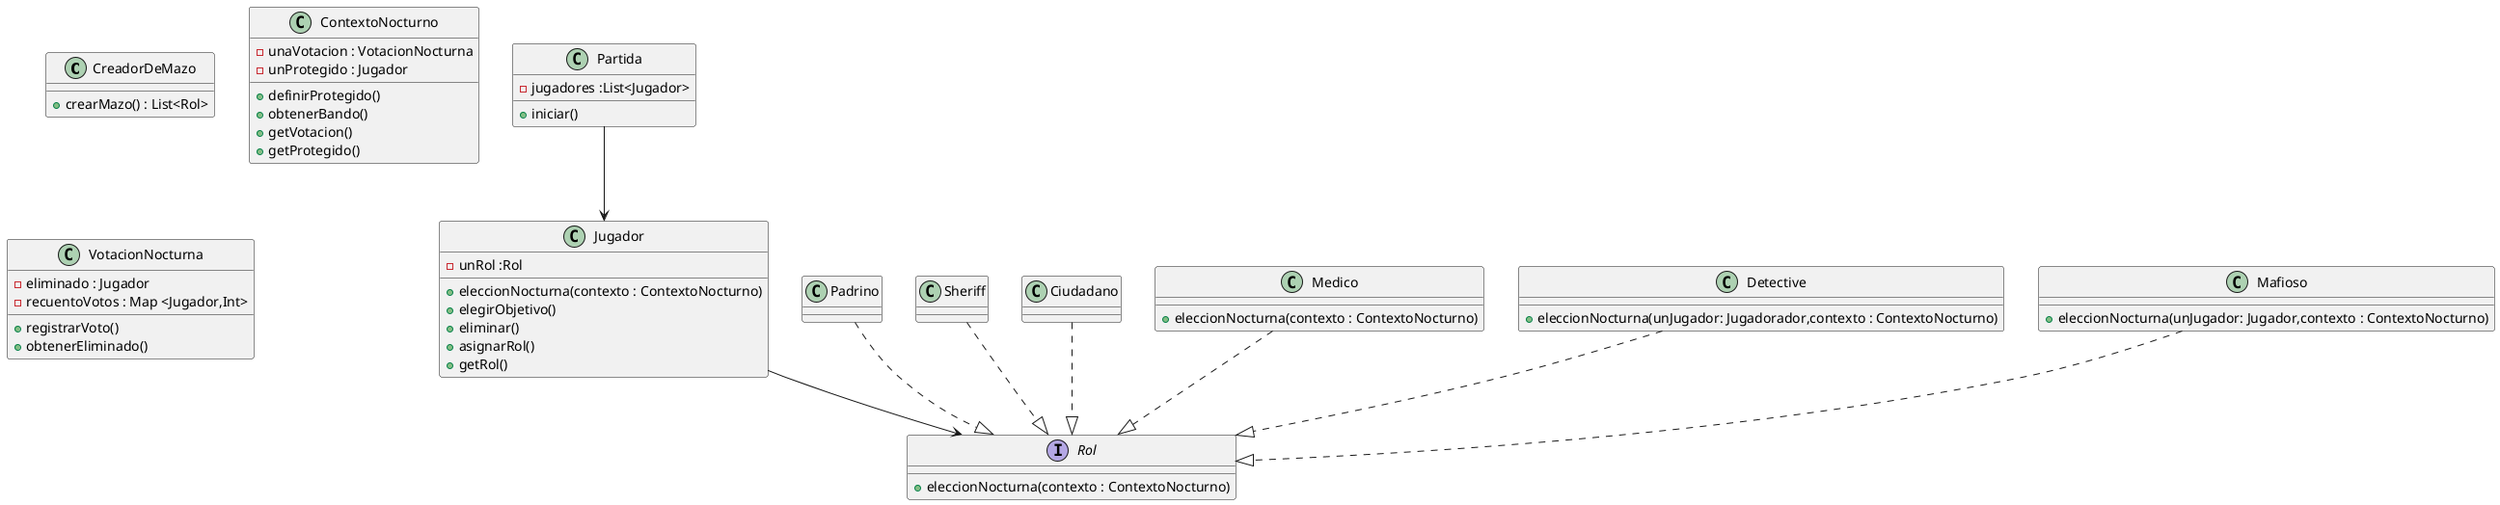
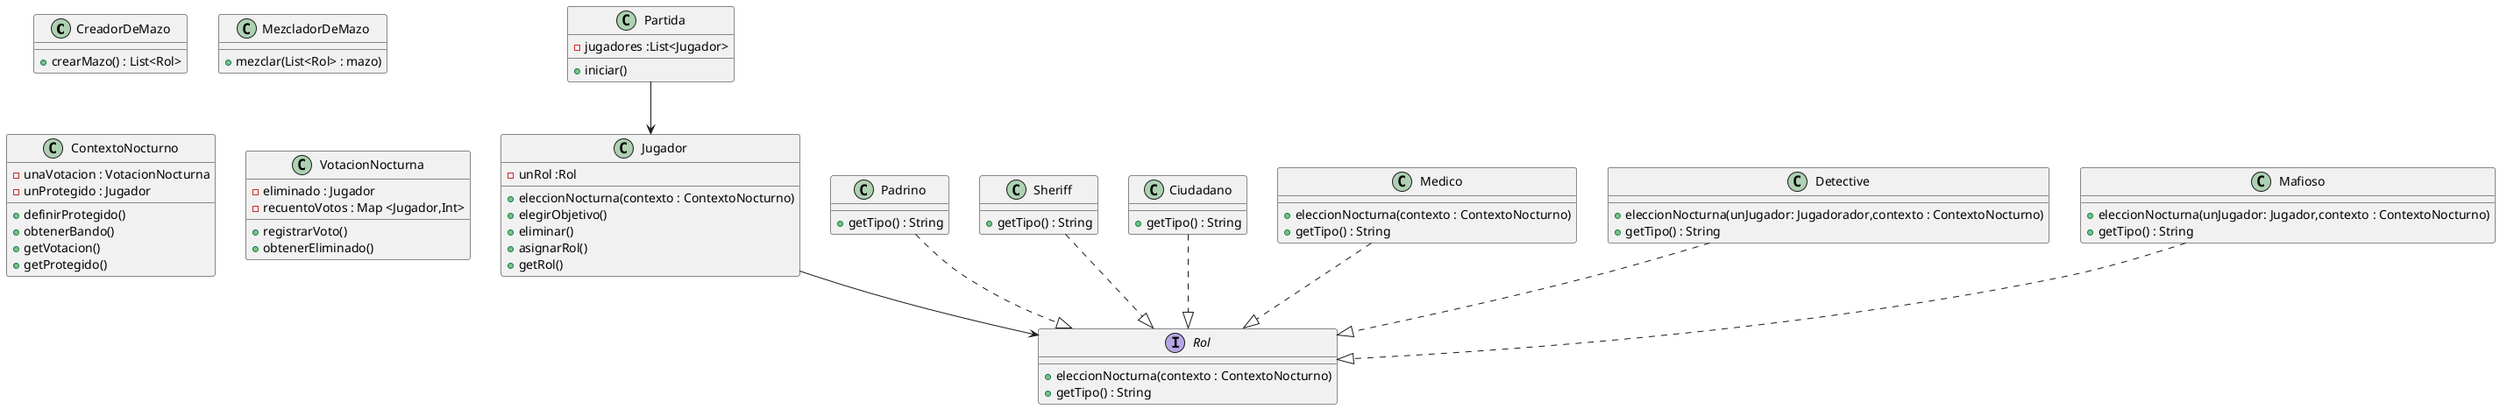
@startuml

class CreadorDeMazo{

    +crearMazo() : List<Rol>
+ }
+ 
+ class MezcladorDeMazo{
+     +mezclar(List<Rol> : mazo)
}

class Partida{
    -jugadores :List<Jugador>
    +iniciar()


}


class ContextoNocturno{
    -unaVotacion : VotacionNocturna
    -unProtegido : Jugador

    +definirProtegido()
    +obtenerBando()
    +getVotacion()
    +getProtegido()
}

class VotacionNocturna{
    -eliminado : Jugador
    -recuentoVotos : Map <Jugador,Int>

    +registrarVoto()
    +obtenerEliminado()


}


class Jugador{
    'elige cualquier rol
    -unRol :Rol

    'la accion depende del rol elegido
    +eleccionNocturna(contexto : ContextoNocturno)
    +elegirObjetivo()
    +eliminar()
    +asignarRol()
    +getRol()
}

interface Rol {
    +eleccionNocturna(contexto : ContextoNocturno)
+     +getTipo() : String
}

- class Padrino{}
- class Sheriff{}
- class Ciudadano{}
+ class Padrino{
+     +getTipo() : String
+ }
+ class Sheriff{
+     +getTipo() : String
+ }
+ class Ciudadano{
+ 
+     +getTipo() : String
+ }

class Medico{
    'elige a quien salvar
    +eleccionNocturna(contexto : ContextoNocturno)
+     +getTipo() : String
}
class Detective{
    'elige a quien investigar
    +eleccionNocturna(unJugador: Jugadorador,contexto : ContextoNocturno)
+     +getTipo() : String
}
class Mafioso{
    'elige a quien eliminar
    +eleccionNocturna(unJugador: Jugador,contexto : ContextoNocturno)
+     +getTipo() : String
}


Jugador --> Rol

Mafioso ..|> Rol
Detective ..|> Rol
Medico ..|> Rol
Padrino ..|> Rol
Sheriff ..|> Rol
Ciudadano ..|> Rol
Partida --> Jugador



@enduml